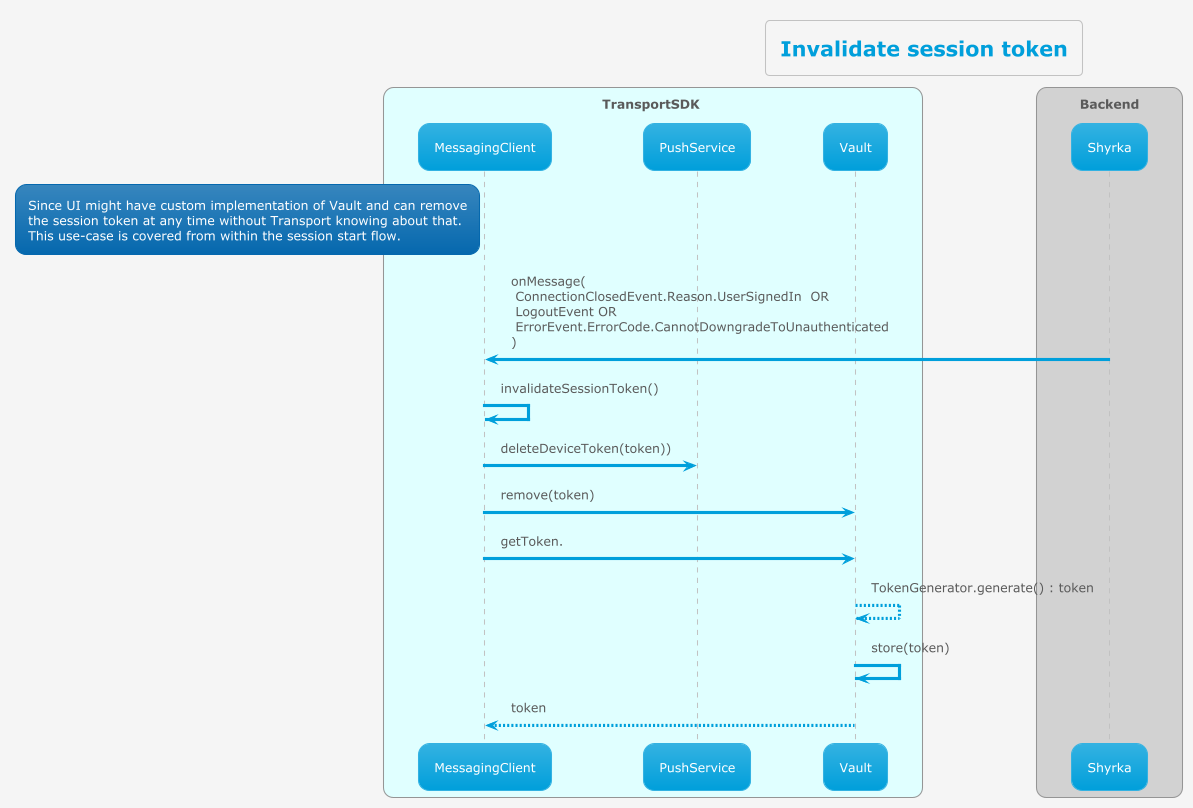
The PlantUML diagram transport/uml/push/token_invalidated_push_flow-Invalidate_session_token.png in MyPureCloud/genesys-messenger-transport-mobile-sdk, before a commit.
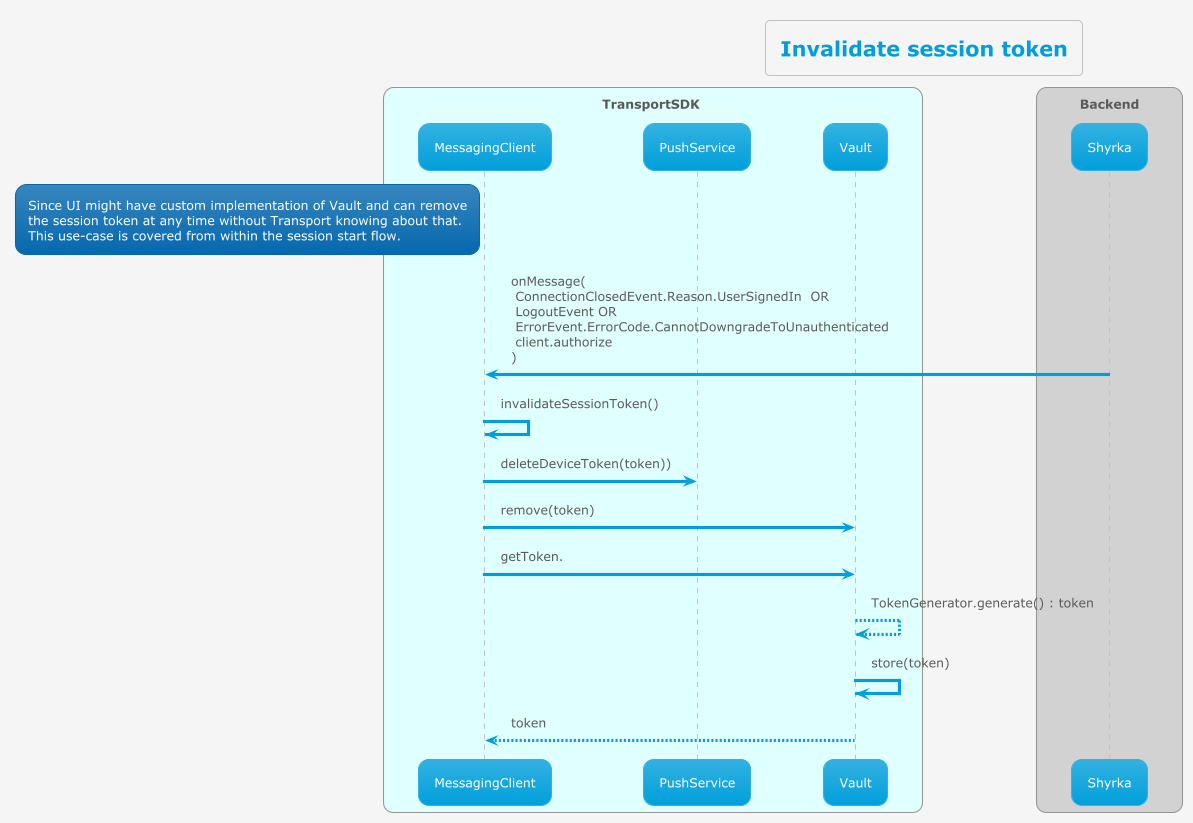
Later version of the same file.

Diff of the diagram source:
```diff
@@ -22,7 +22,7 @@
 		This use-case is covered from within the session start flow.
     	end rnote
 
-	Shyrka -> MessagingClient : onMessage(\n ConnectionClosedEvent.Reason.UserSignedIn  OR \n LogoutEvent OR \n ErrorEvent.ErrorCode.CannotDowngradeToUnauthenticated \n)
+	Shyrka -> MessagingClient : onMessage(\n ConnectionClosedEvent.Reason.UserSignedIn  OR \n LogoutEvent OR \n ErrorEvent.ErrorCode.CannotDowngradeToUnauthenticated \n client.authorize \n)
     MessagingClient -> MessagingClient: invalidateSessionToken()
     MessagingClient -> PushService : deleteDeviceToken(token))
     MessagingClient -> Vault : remove(token)
```
